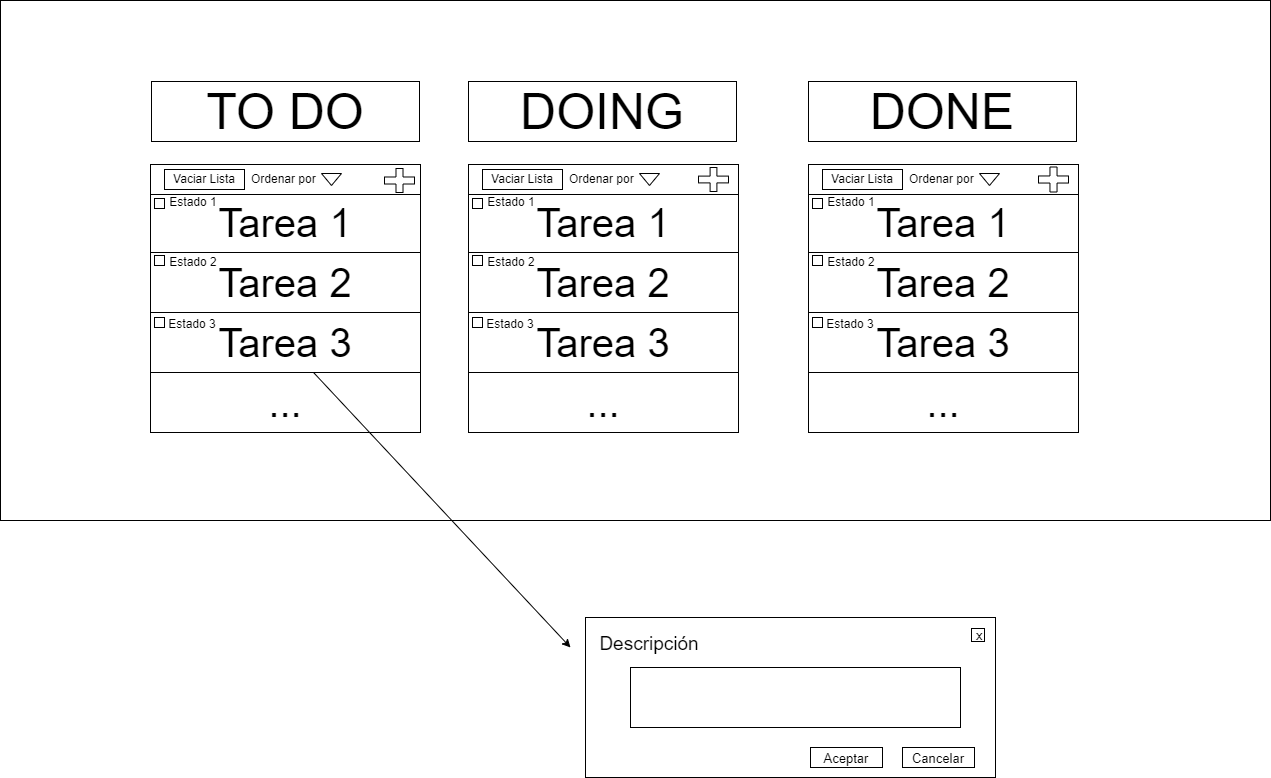
The draw.io diagram Maquetacion.png in OsmanMehmed/todo-list-web-nativo, before a commit. Source tidied: cells renumbered, new cells last; positions are measured from the earlier drawing's top-left corner, leaving out a move shared by most shapes.
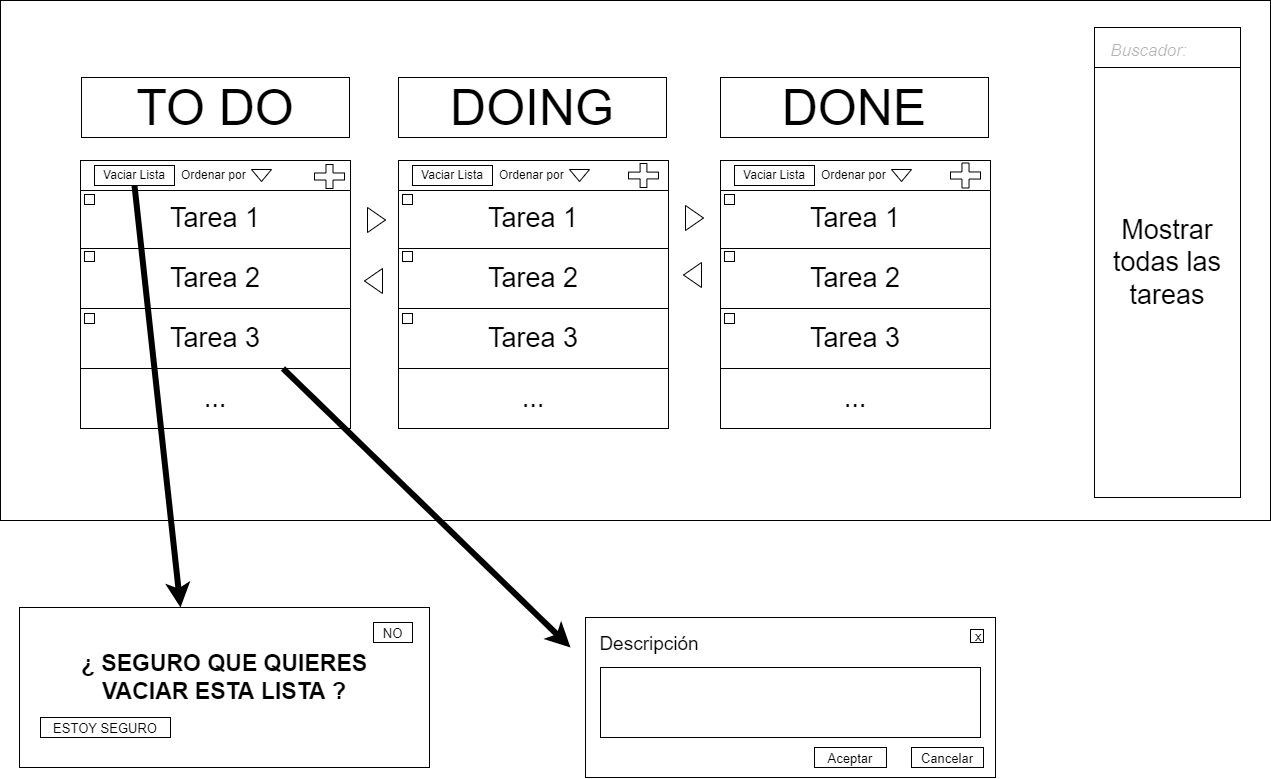
Above is the later version.

What changed in the source:
```diff
@@ -3,36 +3,27 @@
     <mxCell id="0" />
     <mxCell id="1" parent="0" />
     <mxCell id="2" style="rounded=0;whiteSpace=wrap;html=1;fontSize=50;" parent="1" vertex="1">
-      <mxGeometry width="1270" height="520" as="geometry" />
+      <mxGeometry x="70" y="4" width="1270" height="520" as="geometry" />
     </mxCell>
-    <mxCell id="3" value="Tarea 1" style="rounded=0;whiteSpace=wrap;html=1;fontSize=40;" parent="1" vertex="1">
+    <mxCell id="3" value="Tarea 1" style="rounded=0;whiteSpace=wrap;html=1;fontSize=27;" parent="1" vertex="1">
       <mxGeometry x="150" y="192" width="270" height="60" as="geometry" />
     </mxCell>
-    <mxCell id="4" value="Tarea 2" style="rounded=0;whiteSpace=wrap;html=1;fontSize=40;" parent="1" vertex="1">
+    <mxCell id="4" value="Tarea 2" style="rounded=0;whiteSpace=wrap;html=1;fontSize=27;" parent="1" vertex="1">
       <mxGeometry x="150" y="252" width="270" height="60" as="geometry" />
     </mxCell>
-    <mxCell id="5" value="Tarea 3" style="rounded=0;whiteSpace=wrap;html=1;fontSize=40;" parent="1" vertex="1">
+    <mxCell id="5" value="Tarea 3" style="rounded=0;whiteSpace=wrap;html=1;fontSize=27;" parent="1" vertex="1">
       <mxGeometry x="150" y="312" width="270" height="60" as="geometry" />
     </mxCell>
-    <mxCell id="6" value="..." style="whiteSpace=wrap;html=1;fontSize=40;" parent="1" vertex="1">
+    <mxCell id="6" value="..." style="whiteSpace=wrap;html=1;fontSize=27;" parent="1" vertex="1">
       <mxGeometry x="150" y="372" width="270" height="60" as="geometry" />
     </mxCell>
-    <mxCell id="7" value="&lt;font style=&quot;font-size: 12px&quot;&gt;Estado 1&lt;/font&gt;" style="text;html=1;strokeColor=none;fillColor=none;align=center;verticalAlign=middle;whiteSpace=wrap;rounded=0;fontSize=16;" parent="1" vertex="1">
-      <mxGeometry x="153" y="195" width="80" height="10" as="geometry" />
-    </mxCell>
-    <mxCell id="8" value="&lt;font style=&quot;font-size: 12px&quot;&gt;Estado 2&lt;/font&gt;" style="text;html=1;strokeColor=none;fillColor=none;align=center;verticalAlign=middle;whiteSpace=wrap;rounded=0;fontSize=16;" parent="1" vertex="1">
-      <mxGeometry x="153" y="255" width="80" height="10" as="geometry" />
-    </mxCell>
-    <mxCell id="9" value="&lt;font style=&quot;font-size: 12px&quot;&gt;Estado 3&lt;/font&gt;" style="text;html=1;strokeColor=none;fillColor=none;align=center;verticalAlign=middle;whiteSpace=wrap;rounded=0;fontSize=16;" parent="1" vertex="1">
-      <mxGeometry x="152" y="317" width="80" height="10" as="geometry" />
-    </mxCell>
     <mxCell id="10" style="whiteSpace=wrap;html=1;fontSize=12;" parent="1" vertex="1">
       <mxGeometry x="154" y="198" width="10" height="10" as="geometry" />
     </mxCell>
-    <mxCell id="11" style="whiteSpace=wrap;html=1;fontSize=12;" parent="1" vertex="1">
+    <mxCell id="11" style="whiteSpace=wrap;html=1;fontSize=27;" parent="1" vertex="1">
       <mxGeometry x="154" y="255" width="10" height="10" as="geometry" />
     </mxCell>
-    <mxCell id="12" style="whiteSpace=wrap;html=1;fontSize=12;" parent="1" vertex="1">
+    <mxCell id="12" style="whiteSpace=wrap;html=1;fontSize=27;" parent="1" vertex="1">
       <mxGeometry x="154" y="317" width="10" height="10" as="geometry" />
     </mxCell>
     <mxCell id="13" value="Ordenar por&amp;nbsp;" style="rounded=0;whiteSpace=wrap;html=1;fontSize=12;" parent="1" vertex="1">
@@ -44,34 +35,25 @@
     <mxCell id="15" value="Vaciar Lista" style="rounded=0;whiteSpace=wrap;html=1;fontSize=12;" parent="1" vertex="1">
       <mxGeometry x="164" y="169" width="80" height="20" as="geometry" />
     </mxCell>
-    <mxCell id="16" value="Tarea 1" style="rounded=0;whiteSpace=wrap;html=1;fontSize=40;" parent="1" vertex="1">
+    <mxCell id="16" value="Tarea 1" style="rounded=0;whiteSpace=wrap;html=1;fontSize=27;" parent="1" vertex="1">
       <mxGeometry x="468" y="192" width="270" height="60" as="geometry" />
     </mxCell>
-    <mxCell id="17" value="Tarea 2" style="rounded=0;whiteSpace=wrap;html=1;fontSize=40;" parent="1" vertex="1">
+    <mxCell id="17" value="Tarea 2" style="rounded=0;whiteSpace=wrap;html=1;fontSize=27;" parent="1" vertex="1">
       <mxGeometry x="468" y="252" width="270" height="60" as="geometry" />
     </mxCell>
-    <mxCell id="18" value="Tarea 3" style="rounded=0;whiteSpace=wrap;html=1;fontSize=40;" parent="1" vertex="1">
+    <mxCell id="18" value="Tarea 3" style="rounded=0;whiteSpace=wrap;html=1;fontSize=27;" parent="1" vertex="1">
       <mxGeometry x="468" y="312" width="270" height="60" as="geometry" />
     </mxCell>
-    <mxCell id="19" value="..." style="whiteSpace=wrap;html=1;fontSize=40;" parent="1" vertex="1">
+    <mxCell id="19" value="..." style="whiteSpace=wrap;html=1;fontSize=27;" parent="1" vertex="1">
       <mxGeometry x="468" y="372" width="270" height="60" as="geometry" />
     </mxCell>
-    <mxCell id="20" value="&lt;font style=&quot;font-size: 12px&quot;&gt;Estado 1&lt;/font&gt;" style="text;html=1;strokeColor=none;fillColor=none;align=center;verticalAlign=middle;whiteSpace=wrap;rounded=0;fontSize=16;" parent="1" vertex="1">
-      <mxGeometry x="471" y="195" width="80" height="10" as="geometry" />
-    </mxCell>
-    <mxCell id="21" value="&lt;font style=&quot;font-size: 12px&quot;&gt;Estado 2&lt;/font&gt;" style="text;html=1;strokeColor=none;fillColor=none;align=center;verticalAlign=middle;whiteSpace=wrap;rounded=0;fontSize=16;" parent="1" vertex="1">
-      <mxGeometry x="471" y="255" width="80" height="10" as="geometry" />
-    </mxCell>
-    <mxCell id="22" value="&lt;font style=&quot;font-size: 12px&quot;&gt;Estado 3&lt;/font&gt;" style="text;html=1;strokeColor=none;fillColor=none;align=center;verticalAlign=middle;whiteSpace=wrap;rounded=0;fontSize=16;" parent="1" vertex="1">
-      <mxGeometry x="470" y="317" width="80" height="10" as="geometry" />
-    </mxCell>
     <mxCell id="23" style="whiteSpace=wrap;html=1;fontSize=12;" parent="1" vertex="1">
       <mxGeometry x="472" y="198" width="10" height="10" as="geometry" />
     </mxCell>
-    <mxCell id="24" style="whiteSpace=wrap;html=1;fontSize=12;" parent="1" vertex="1">
+    <mxCell id="24" style="whiteSpace=wrap;html=1;fontSize=27;" parent="1" vertex="1">
       <mxGeometry x="472" y="255" width="10" height="10" as="geometry" />
     </mxCell>
-    <mxCell id="25" style="whiteSpace=wrap;html=1;fontSize=12;" parent="1" vertex="1">
+    <mxCell id="25" style="whiteSpace=wrap;html=1;fontSize=27;" parent="1" vertex="1">
       <mxGeometry x="472" y="317" width="10" height="10" as="geometry" />
     </mxCell>
     <mxCell id="26" value="Ordenar por&amp;nbsp;" style="rounded=0;whiteSpace=wrap;html=1;fontSize=12;" parent="1" vertex="1">
@@ -83,44 +65,35 @@
     <mxCell id="28" value="Vaciar Lista" style="rounded=0;whiteSpace=wrap;html=1;fontSize=12;" parent="1" vertex="1">
       <mxGeometry x="482" y="169" width="80" height="20" as="geometry" />
     </mxCell>
-    <mxCell id="29" value="Tarea 1" style="rounded=0;whiteSpace=wrap;html=1;fontSize=40;" parent="1" vertex="1">
-      <mxGeometry x="808" y="192" width="270" height="60" as="geometry" />
+    <mxCell id="29" value="Tarea 1" style="rounded=0;whiteSpace=wrap;html=1;fontSize=27;" parent="1" vertex="1">
+      <mxGeometry x="790" y="192" width="270" height="60" as="geometry" />
     </mxCell>
-    <mxCell id="30" value="Tarea 2" style="rounded=0;whiteSpace=wrap;html=1;fontSize=40;" parent="1" vertex="1">
-      <mxGeometry x="808" y="252" width="270" height="60" as="geometry" />
+    <mxCell id="30" value="Tarea 2" style="rounded=0;whiteSpace=wrap;html=1;fontSize=27;" parent="1" vertex="1">
+      <mxGeometry x="790" y="252" width="270" height="60" as="geometry" />
     </mxCell>
-    <mxCell id="31" value="Tarea 3" style="rounded=0;whiteSpace=wrap;html=1;fontSize=40;" parent="1" vertex="1">
-      <mxGeometry x="808" y="312" width="270" height="60" as="geometry" />
+    <mxCell id="31" value="Tarea 3" style="rounded=0;whiteSpace=wrap;html=1;fontSize=27;" parent="1" vertex="1">
+      <mxGeometry x="790" y="312" width="270" height="60" as="geometry" />
     </mxCell>
-    <mxCell id="32" value="..." style="whiteSpace=wrap;html=1;fontSize=40;" parent="1" vertex="1">
-      <mxGeometry x="808" y="372" width="270" height="60" as="geometry" />
+    <mxCell id="32" value="..." style="whiteSpace=wrap;html=1;fontSize=27;" parent="1" vertex="1">
+      <mxGeometry x="790" y="372" width="270" height="60" as="geometry" />
     </mxCell>
-    <mxCell id="33" value="&lt;font style=&quot;font-size: 12px&quot;&gt;Estado 1&lt;/font&gt;" style="text;html=1;strokeColor=none;fillColor=none;align=center;verticalAlign=middle;whiteSpace=wrap;rounded=0;fontSize=16;" parent="1" vertex="1">
-      <mxGeometry x="811" y="195" width="80" height="10" as="geometry" />
-    </mxCell>
-    <mxCell id="34" value="&lt;font style=&quot;font-size: 12px&quot;&gt;Estado 2&lt;/font&gt;" style="text;html=1;strokeColor=none;fillColor=none;align=center;verticalAlign=middle;whiteSpace=wrap;rounded=0;fontSize=16;" parent="1" vertex="1">
-      <mxGeometry x="811" y="255" width="80" height="10" as="geometry" />
-    </mxCell>
-    <mxCell id="35" value="&lt;font style=&quot;font-size: 12px&quot;&gt;Estado 3&lt;/font&gt;" style="text;html=1;strokeColor=none;fillColor=none;align=center;verticalAlign=middle;whiteSpace=wrap;rounded=0;fontSize=16;" parent="1" vertex="1">
-      <mxGeometry x="810" y="317" width="80" height="10" as="geometry" />
-    </mxCell>
     <mxCell id="36" style="whiteSpace=wrap;html=1;fontSize=12;" parent="1" vertex="1">
-      <mxGeometry x="812" y="198" width="10" height="10" as="geometry" />
+      <mxGeometry x="794" y="198" width="10" height="10" as="geometry" />
     </mxCell>
-    <mxCell id="37" style="whiteSpace=wrap;html=1;fontSize=12;" parent="1" vertex="1">
-      <mxGeometry x="812" y="255" width="10" height="10" as="geometry" />
+    <mxCell id="37" style="whiteSpace=wrap;html=1;fontSize=27;" parent="1" vertex="1">
+      <mxGeometry x="794" y="255" width="10" height="10" as="geometry" />
     </mxCell>
-    <mxCell id="38" style="whiteSpace=wrap;html=1;fontSize=12;" parent="1" vertex="1">
-      <mxGeometry x="812" y="317" width="10" height="10" as="geometry" />
+    <mxCell id="38" style="whiteSpace=wrap;html=1;fontSize=27;" parent="1" vertex="1">
+      <mxGeometry x="794" y="317" width="10" height="10" as="geometry" />
     </mxCell>
     <mxCell id="39" value="Ordenar por&amp;nbsp;" style="rounded=0;whiteSpace=wrap;html=1;fontSize=12;" parent="1" vertex="1">
-      <mxGeometry x="808" y="164" width="270" height="30" as="geometry" />
+      <mxGeometry x="790" y="164" width="270" height="30" as="geometry" />
     </mxCell>
     <mxCell id="40" style="triangle;whiteSpace=wrap;html=1;fontSize=40;rotation=90;" parent="1" vertex="1">
-      <mxGeometry x="983" y="169" width="12" height="20" as="geometry" />
+      <mxGeometry x="965" y="169" width="12" height="20" as="geometry" />
     </mxCell>
     <mxCell id="41" value="Vaciar Lista" style="rounded=0;whiteSpace=wrap;html=1;fontSize=12;" parent="1" vertex="1">
-      <mxGeometry x="822" y="169" width="80" height="20" as="geometry" />
+      <mxGeometry x="804" y="169" width="80" height="20" as="geometry" />
     </mxCell>
     <mxCell id="42" style="shape=cross;whiteSpace=wrap;html=1;fontSize=40;size=0.29230675330528844;" parent="1" vertex="1">
       <mxGeometry x="384" y="168" width="30" height="24" as="geometry" />
@@ -129,7 +102,7 @@
       <mxGeometry x="698" y="167" width="30" height="24" as="geometry" />
     </mxCell>
     <mxCell id="44" style="shape=cross;whiteSpace=wrap;html=1;fontSize=40;size=0.28333282470703125;" parent="1" vertex="1">
-      <mxGeometry x="1038" y="166.5" width="30" height="25" as="geometry" />
+      <mxGeometry x="1020" y="166.5" width="30" height="25" as="geometry" />
     </mxCell>
     <mxCell id="45" value="&lt;font style=&quot;font-size: 50px&quot;&gt;TO DO&lt;/font&gt;" style="rounded=0;whiteSpace=wrap;html=1;fontSize=12;" parent="1" vertex="1">
       <mxGeometry x="151" y="81" width="268" height="60" as="geometry" />
@@ -138,30 +111,65 @@
       <mxGeometry x="468" y="81" width="268" height="60" as="geometry" />
     </mxCell>
     <mxCell id="47" value="&lt;font style=&quot;font-size: 50px&quot;&gt;DONE&lt;/font&gt;" style="rounded=0;whiteSpace=wrap;html=1;fontSize=12;" parent="1" vertex="1">
-      <mxGeometry x="808" y="81" width="268" height="60" as="geometry" />
+      <mxGeometry x="790" y="81" width="268" height="60" as="geometry" />
     </mxCell>
-    <mxCell id="48" style="endArrow=classic;html=1;rounded=0;fontSize=50;" parent="1" edge="1" source="5">
+    <mxCell id="48" style="endArrow=classic;html=1;rounded=0;fontSize=50;exitX=0.75;exitY=1;exitDx=0;exitDy=0;strokeWidth=6;" parent="1" edge="1" source="5">
       <mxGeometry relative="1" as="geometry">
-        <mxPoint x="570" y="647" as="targetPoint" />
+        <mxPoint x="640" y="651" as="targetPoint" />
       </mxGeometry>
     </mxCell>
     <mxCell id="49" style="rounded=0;whiteSpace=wrap;html=1;fontSize=50;" parent="1" vertex="1">
-      <mxGeometry x="585" y="617" width="410" height="160" as="geometry" />
+      <mxGeometry x="655" y="621" width="410" height="160" as="geometry" />
     </mxCell>
     <mxCell id="50" value="&lt;font style=&quot;font-size: 19px&quot;&gt;Descripción&lt;/font&gt;" style="text;html=1;strokeColor=none;fillColor=none;align=center;verticalAlign=middle;whiteSpace=wrap;rounded=0;fontSize=50;" parent="1" vertex="1">
-      <mxGeometry x="619" y="617" width="60" height="30" as="geometry" />
+      <mxGeometry x="689" y="621" width="60" height="30" as="geometry" />
     </mxCell>
     <mxCell id="51" style="rounded=0;whiteSpace=wrap;html=1;fontSize=19;" parent="1" vertex="1">
-      <mxGeometry x="630" y="667" width="330" height="60" as="geometry" />
+      <mxGeometry x="670" y="671" width="380" height="70" as="geometry" />
     </mxCell>
     <mxCell id="52" value="&lt;span style=&quot;font-size: 13px&quot;&gt;Aceptar&lt;/span&gt;" style="rounded=0;whiteSpace=wrap;html=1;fontSize=19;" parent="1" vertex="1">
-      <mxGeometry x="810" y="747" width="72" height="20" as="geometry" />
+      <mxGeometry x="884" y="751" width="72" height="20" as="geometry" />
     </mxCell>
     <mxCell id="53" value="&lt;span style=&quot;font-size: 13px&quot;&gt;Cancelar&lt;/span&gt;" style="rounded=0;whiteSpace=wrap;html=1;fontSize=19;" parent="1" vertex="1">
-      <mxGeometry x="902" y="747" width="72" height="20" as="geometry" />
+      <mxGeometry x="981" y="751" width="72" height="20" as="geometry" />
     </mxCell>
     <mxCell id="54" value="&amp;nbsp;x" style="whiteSpace=wrap;html=1;fontSize=13;" parent="1" vertex="1">
-      <mxGeometry x="971" y="628" width="13" height="13" as="geometry" />
+      <mxGeometry x="1040" y="633" width="13" height="13" as="geometry" />
     </mxCell>
+    <mxCell id="55" style="triangle;whiteSpace=wrap;html=1;fontSize=27;" parent="1" vertex="1">
+      <mxGeometry x="437" y="211" width="18" height="25" as="geometry" />
+    </mxCell>
+    <mxCell id="56" style="triangle;whiteSpace=wrap;html=1;fontSize=27;" parent="1" vertex="1">
+      <mxGeometry x="755" y="209" width="18" height="25" as="geometry" />
+    </mxCell>
+    <mxCell id="57" style="triangle;whiteSpace=wrap;html=1;fontSize=27;rotation=-180;" parent="1" vertex="1">
+      <mxGeometry x="434" y="272" width="18" height="25" as="geometry" />
+    </mxCell>
+    <mxCell id="58" style="triangle;whiteSpace=wrap;html=1;fontSize=27;rotation=-180;" parent="1" vertex="1">
+      <mxGeometry x="753" y="266" width="18" height="25" as="geometry" />
+    </mxCell>
+    <mxCell id="59" value="&lt;span&gt;Mostrar todas las tareas&lt;/span&gt;" style="rounded=0;whiteSpace=wrap;html=1;fontSize=27;" parent="1" vertex="1">
+      <mxGeometry x="1164" y="31" width="146" height="470" as="geometry" />
+    </mxCell>
+    <mxCell id="60" value="&lt;font style=&quot;font-size: 17px&quot;&gt;&amp;nbsp; &amp;nbsp;Buscador:&lt;/font&gt;" style="rounded=0;whiteSpace=wrap;html=1;fontSize=27;fontStyle=2;align=left;fontColor=#000000;textOpacity=30;" parent="1" vertex="1">
+      <mxGeometry x="1164" y="31" width="146" height="40" as="geometry" />
+    </mxCell>
+    <mxCell id="61" style="endArrow=classic;html=1;rounded=0;fontSize=50;exitX=0.5;exitY=1;exitDx=0;exitDy=0;strokeWidth=6;" parent="1" edge="1" source="15">
+      <mxGeometry relative="1" as="geometry">
+        <mxPoint x="250" y="611" as="targetPoint" />
+      </mxGeometry>
+    </mxCell>
+    <mxCell id="62" style="rounded=0;whiteSpace=wrap;html=1;fontSize=50;" parent="1" vertex="1">
+      <mxGeometry x="89" y="611" width="410" height="160" as="geometry" />
+    </mxCell>
+    <mxCell id="63" value="¿ SEGURO QUE QUIERES VACIAR ESTA LISTA ?" style="text;html=1;strokeColor=none;fillColor=none;align=center;verticalAlign=middle;whiteSpace=wrap;rounded=0;fontSize=23;fontColor=#000000;fontStyle=1;" parent="1" vertex="1">
+      <mxGeometry x="139" y="638" width="310" height="86.5" as="geometry" />
+    </mxCell>
+    <mxCell id="64" value="&lt;span style=&quot;font-size: 13px&quot;&gt;ESTOY SEGURO&lt;/span&gt;" style="rounded=0;whiteSpace=wrap;html=1;fontSize=19;" parent="1" vertex="1">
+      <mxGeometry x="110" y="721" width="130" height="20" as="geometry" />
+    </mxCell>
+    <mxCell id="65" value="&lt;span style=&quot;font-size: 13px&quot;&gt;&amp;nbsp;NO&amp;nbsp;&lt;/span&gt;" style="rounded=0;whiteSpace=wrap;html=1;fontSize=19;" parent="1" vertex="1">
+      <mxGeometry x="443" y="626" width="39" height="20" as="geometry" />
+    </mxCell>
   </root>
 </mxGraphModel>
```
